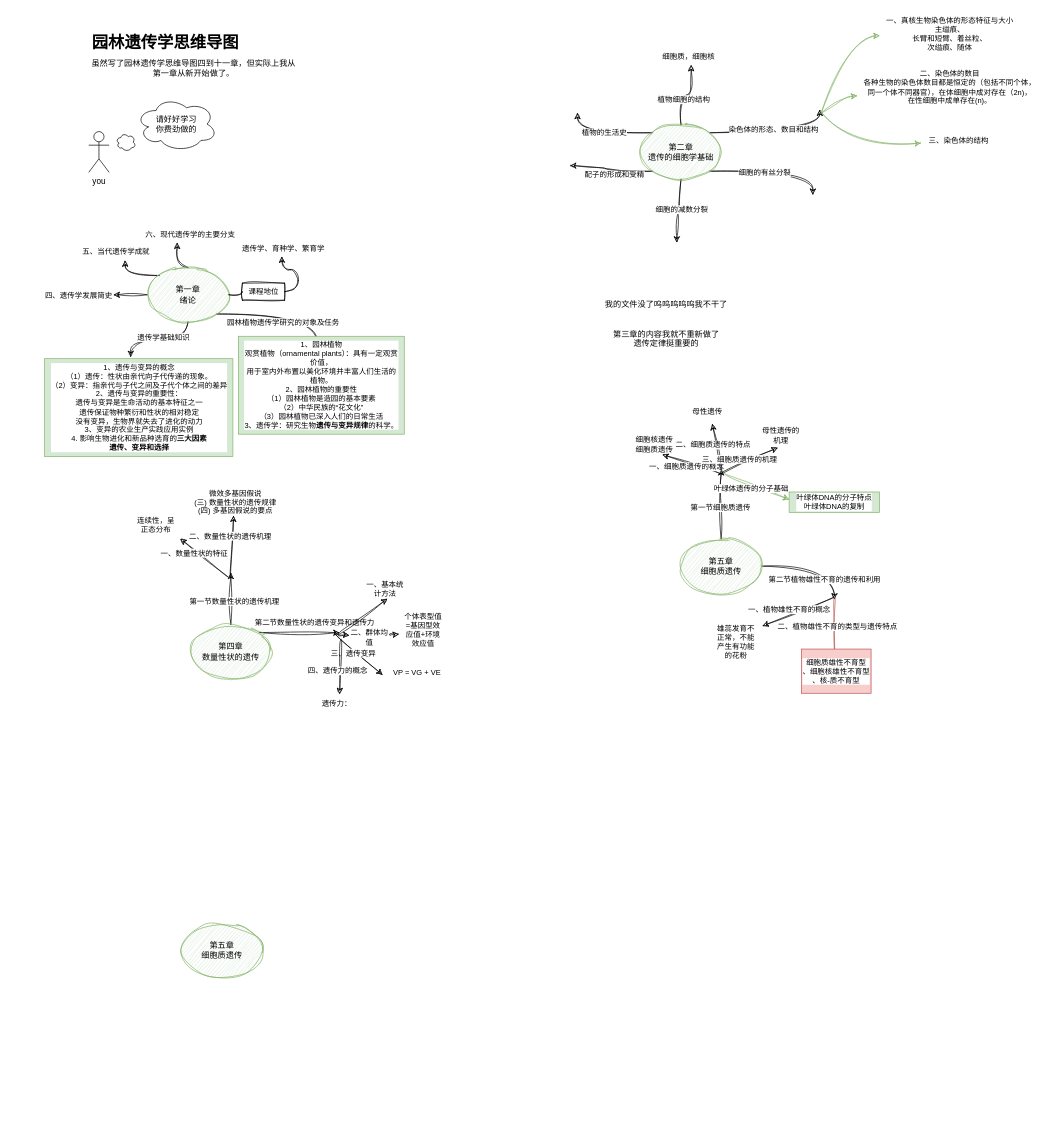
Earlier version of the draw.io diagram 园林遗传学思维导图四至十一章.drawio (Silly449/MarkDowns). Source tidied: cells renumbered, new cells numbered last; positions are measured from the earlier drawing's top-left corner, leaving out a move shared by most shapes. Both pictures are drawn from the tidied source at 68%, with x=0, y=0 at pixel (44, 12).
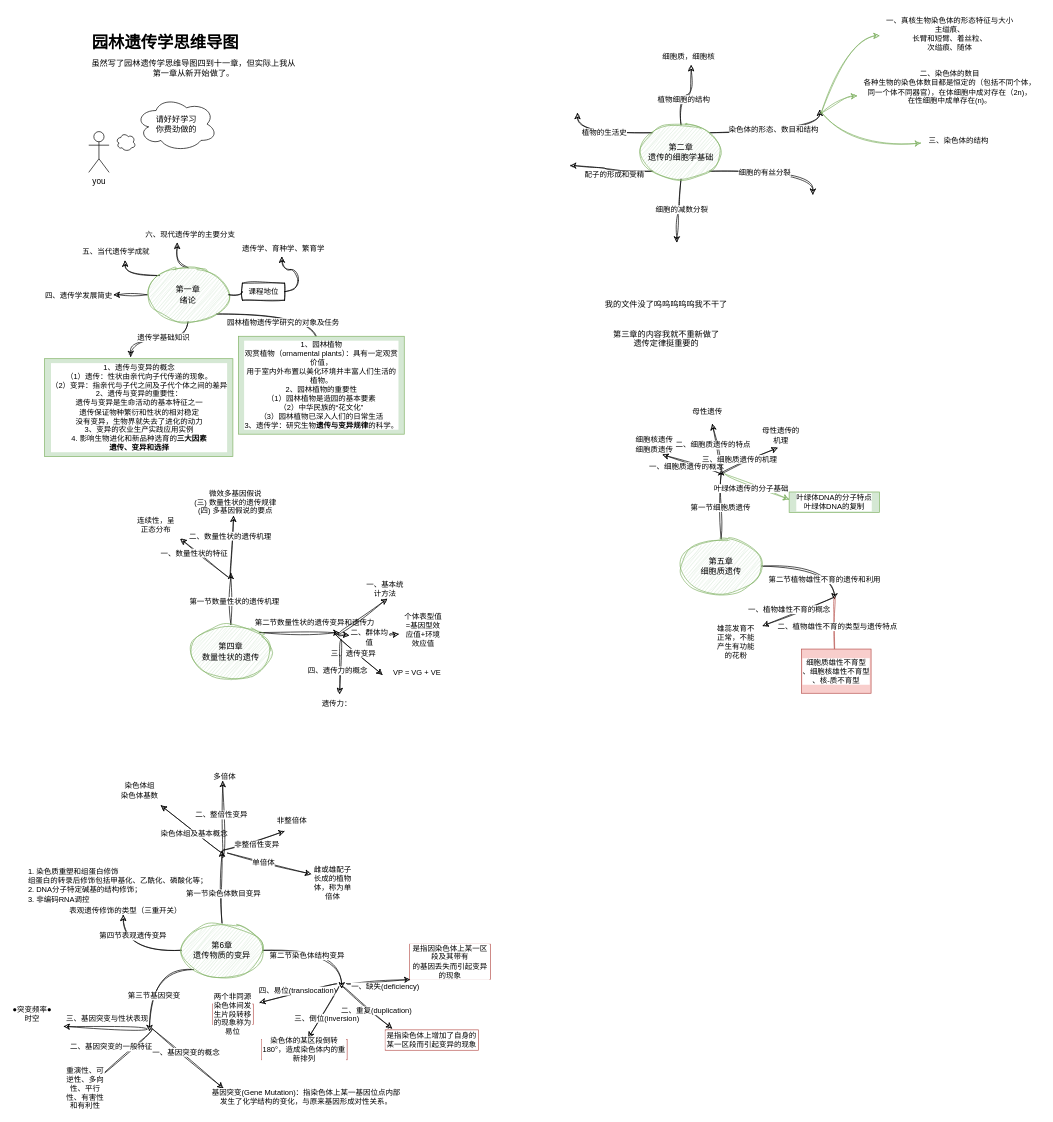
After the change.

Commit message (it also covers changes not shown here):
更新园林遗传学思维导图四至十一章.drawio

What changed in the source:
```diff
@@
+    <mxCell id="92" value="1. 染色质重塑和组蛋白修饰&#10;组蛋白的转录后修饰包括甲基化、乙酰化、磷酸化等；&#10;2. DNA分子特定碱基的结构修饰；&#10;3. 非编码RNA调控" style="text;whiteSpace=wrap;html=1;fontFamily=Helvetica;fontSize=11;fontColor=default;labelBackgroundColor=default;" parent="1" vertex="1">
+      <mxGeometry x="-26.5" y="1252" width="292" height="75" as="geometry" />
+    </mxCell>
@@
+    <mxCell id="93" style="edgeStyle=orthogonalEdgeStyle;shape=connector;curved=1;rounded=0;sketch=1;jiggle=2;curveFitting=1;jettySize=auto;html=1;exitX=0.5;exitY=0;exitDx=0;exitDy=0;strokeColor=default;strokeWidth=1;align=center;verticalAlign=middle;fontFamily=Helvetica;fontSize=11;fontColor=default;labelBackgroundColor=default;endArrow=classic;flowAnimation=0;" parent="1" edge="1" source="91">
+      <mxGeometry relative="1" as="geometry">
+        <mxPoint x="261" y="1233.3" as="targetPoint" />
+      </mxGeometry>
+    </mxCell>
+    <mxCell id="94" value="第一节染色体数目变异" style="edgeLabel;html=1;align=center;verticalAlign=middle;fontFamily=Helvetica;fontSize=11;fontColor=default;labelBackgroundColor=default;" parent="93" vertex="1">
+      <mxGeometry x="-0.17" y="-1" relative="1" as="geometry" />
+    </mxCell>
+    <mxCell id="95" style="edgeStyle=orthogonalEdgeStyle;shape=connector;curved=1;rounded=0;sketch=1;jiggle=2;curveFitting=1;jettySize=auto;html=1;exitX=1;exitY=0.5;exitDx=0;exitDy=0;strokeColor=default;strokeWidth=1;align=center;verticalAlign=middle;fontFamily=Helvetica;fontSize=11;fontColor=default;labelBackgroundColor=default;endArrow=classic;flowAnimation=0;" parent="1" edge="1" source="91">
+      <mxGeometry relative="1" as="geometry">
+        <mxPoint x="437" y="1436" as="targetPoint" />
+      </mxGeometry>
+    </mxCell>
+    <mxCell id="96" value="第二节染色体结构变异" style="edgeLabel;html=1;align=center;verticalAlign=middle;fontFamily=Helvetica;fontSize=11;fontColor=default;labelBackgroundColor=default;" parent="95" vertex="1">
+      <mxGeometry x="-0.26" y="-7" relative="1" as="geometry" />
+    </mxCell>
+    <mxCell id="97" style="edgeStyle=orthogonalEdgeStyle;shape=connector;curved=1;rounded=0;sketch=1;jiggle=2;curveFitting=1;jettySize=auto;html=1;exitX=0;exitY=1;exitDx=0;exitDy=0;strokeColor=default;strokeWidth=1;align=center;verticalAlign=middle;fontFamily=Helvetica;fontSize=11;fontColor=default;labelBackgroundColor=default;endArrow=classic;flowAnimation=0;" parent="1" edge="1" source="91">
+      <mxGeometry relative="1" as="geometry">
+        <mxPoint x="154.3" y="1498.7" as="targetPoint" />
+      </mxGeometry>
+    </mxCell>
+    <mxCell id="98" value="第三节基因突变" style="edgeLabel;html=1;align=center;verticalAlign=middle;fontFamily=Helvetica;fontSize=11;fontColor=default;labelBackgroundColor=default;" parent="97" vertex="1">
+      <mxGeometry x="0.32" y="6" relative="1" as="geometry" />
+    </mxCell>
+    <mxCell id="99" style="edgeStyle=orthogonalEdgeStyle;shape=connector;curved=1;rounded=0;sketch=1;jiggle=2;curveFitting=1;jettySize=auto;html=1;exitX=0;exitY=0.5;exitDx=0;exitDy=0;strokeColor=default;strokeWidth=1;align=center;verticalAlign=middle;fontFamily=Helvetica;fontSize=11;fontColor=default;labelBackgroundColor=default;endArrow=classic;flowAnimation=0;" parent="1" edge="1" source="91">
+      <mxGeometry relative="1" as="geometry">
+        <mxPoint x="115.7" y="1328" as="targetPoint" />
+      </mxGeometry>
+    </mxCell>
+    <mxCell id="100" value="第四节表观遗传变异" style="edgeLabel;html=1;align=center;verticalAlign=middle;fontFamily=Helvetica;fontSize=11;fontColor=default;labelBackgroundColor=default;" parent="99" vertex="1">
+      <mxGeometry x="0.55" y="-14" relative="1" as="geometry" />
+    </mxCell>
-    <mxCell id="91" value="第五章&lt;div&gt;细胞质遗传&lt;/div&gt;" style="ellipse;whiteSpace=wrap;html=1;sketch=1;curveFitting=1;jiggle=2;fillColor=#d5e8d4;strokeColor=#82b366;" parent="1" vertex="1">
+    <mxCell id="91" value="第6章&lt;div&gt;遗传物质的变异&lt;/div&gt;" style="ellipse;whiteSpace=wrap;html=1;sketch=1;curveFitting=1;jiggle=2;fillColor=#d5e8d4;strokeColor=#82b366;" parent="1" vertex="1">
       <mxGeometry x="201" y="1340" width="120" height="80" as="geometry" />
     </mxCell>
+    <mxCell id="101" style="edgeStyle=none;orthogonalLoop=1;jettySize=auto;html=1;rounded=0;sketch=1;jiggle=2;curveFitting=1;strokeColor=default;strokeWidth=1;align=center;verticalAlign=middle;fontFamily=Helvetica;fontSize=11;fontColor=default;labelBackgroundColor=default;endArrow=classic;flowAnimation=0;curved=1;" parent="1" edge="1">
+      <mxGeometry relative="1" as="geometry">
+        <mxPoint x="262" y="1237" as="sourcePoint" />
+        <mxPoint x="171" y="1167" as="targetPoint" />
+      </mxGeometry>
+    </mxCell>
+    <mxCell id="102" value="染色体组及基本概念" style="edgeLabel;html=1;align=center;verticalAlign=middle;fontFamily=Helvetica;fontSize=11;fontColor=default;labelBackgroundColor=default;" parent="101" vertex="1">
+      <mxGeometry x="-0.11" y="3" relative="1" as="geometry" />
+    </mxCell>
+    <mxCell id="103" value="染色体组&lt;div&gt;染色体基数&lt;/div&gt;" style="text;html=1;whiteSpace=wrap;strokeColor=none;fillColor=none;align=center;verticalAlign=middle;rounded=0;fontFamily=Helvetica;fontSize=11;fontColor=default;labelBackgroundColor=default;" parent="1" vertex="1">
+      <mxGeometry x="110" y="1130" width="60" height="30" as="geometry" />
+    </mxCell>
+    <mxCell id="104" style="edgeStyle=none;orthogonalLoop=1;jettySize=auto;html=1;rounded=0;sketch=1;jiggle=2;curveFitting=1;strokeColor=default;strokeWidth=1;align=center;verticalAlign=middle;fontFamily=Helvetica;fontSize=11;fontColor=default;labelBackgroundColor=default;endArrow=classic;flowAnimation=0;curved=1;" parent="1" edge="1">
+      <mxGeometry relative="1" as="geometry">
+        <mxPoint x="262" y="1244" as="sourcePoint" />
+        <mxPoint x="262" y="1131" as="targetPoint" />
+      </mxGeometry>
+    </mxCell>
+    <mxCell id="105" value="二、整倍性变异" style="edgeLabel;html=1;align=center;verticalAlign=middle;fontFamily=Helvetica;fontSize=11;fontColor=default;labelBackgroundColor=default;" parent="104" vertex="1">
+      <mxGeometry x="-0.11" y="3" relative="1" as="geometry">
+        <mxPoint y="-14" as="offset" />
+      </mxGeometry>
+    </mxCell>
+    <mxCell id="106" value="多倍体" style="text;html=1;whiteSpace=wrap;strokeColor=none;fillColor=none;align=center;verticalAlign=middle;rounded=0;fontFamily=Helvetica;fontSize=11;fontColor=default;labelBackgroundColor=default;" parent="1" vertex="1">
+      <mxGeometry x="235" y="1109" width="60" height="30" as="geometry" />
+    </mxCell>
+    <mxCell id="107" style="edgeStyle=none;orthogonalLoop=1;jettySize=auto;html=1;rounded=0;sketch=1;jiggle=2;curveFitting=1;strokeColor=default;strokeWidth=1;align=center;verticalAlign=middle;fontFamily=Helvetica;fontSize=11;fontColor=default;labelBackgroundColor=default;endArrow=classic;flowAnimation=0;curved=1;" parent="1" edge="1">
+      <mxGeometry relative="1" as="geometry">
+        <mxPoint x="262" y="1233" as="sourcePoint" />
+        <mxPoint x="353" y="1205" as="targetPoint" />
+      </mxGeometry>
+    </mxCell>
+    <mxCell id="108" value="非整倍性变异" style="edgeLabel;html=1;align=center;verticalAlign=middle;fontFamily=Helvetica;fontSize=11;fontColor=default;labelBackgroundColor=default;" parent="107" vertex="1">
+      <mxGeometry x="-0.11" y="3" relative="1" as="geometry">
+        <mxPoint x="10" y="7" as="offset" />
+      </mxGeometry>
+    </mxCell>
+    <mxCell id="109" value="非整倍体" style="text;html=1;whiteSpace=wrap;strokeColor=none;fillColor=none;align=center;verticalAlign=middle;rounded=0;fontFamily=Helvetica;fontSize=11;fontColor=default;labelBackgroundColor=default;" parent="1" vertex="1">
+      <mxGeometry x="334" y="1175" width="60" height="30" as="geometry" />
+    </mxCell>
+    <mxCell id="110" style="edgeStyle=none;orthogonalLoop=1;jettySize=auto;html=1;rounded=0;sketch=1;jiggle=2;curveFitting=1;strokeColor=default;strokeWidth=1;align=center;verticalAlign=middle;fontFamily=Helvetica;fontSize=11;fontColor=default;labelBackgroundColor=default;endArrow=classic;flowAnimation=0;curved=1;" parent="1" edge="1">
+      <mxGeometry relative="1" as="geometry">
+        <mxPoint x="269" y="1237" as="sourcePoint" />
+        <mxPoint x="392" y="1268" as="targetPoint" />
+      </mxGeometry>
+    </mxCell>
+    <mxCell id="111" value="单倍体" style="edgeLabel;html=1;align=center;verticalAlign=middle;fontFamily=Helvetica;fontSize=11;fontColor=default;labelBackgroundColor=default;" parent="110" vertex="1">
+      <mxGeometry x="-0.11" y="3" relative="1" as="geometry">
+        <mxPoint x="-3" y="3" as="offset" />
+      </mxGeometry>
+    </mxCell>
+    <mxCell id="112" value="雌或雄配子长成的植物体，称为单倍体" style="text;html=1;whiteSpace=wrap;strokeColor=none;fillColor=none;align=center;verticalAlign=middle;rounded=0;fontFamily=Helvetica;fontSize=11;fontColor=default;labelBackgroundColor=default;" parent="1" vertex="1">
+      <mxGeometry x="394" y="1266" width="60" height="30" as="geometry" />
+    </mxCell>
+    <mxCell id="113" style="edgeStyle=none;orthogonalLoop=1;jettySize=auto;html=1;rounded=0;sketch=1;jiggle=2;curveFitting=1;strokeColor=default;strokeWidth=1;align=center;verticalAlign=middle;fontFamily=Helvetica;fontSize=11;fontColor=default;labelBackgroundColor=default;endArrow=classic;flowAnimation=0;curved=1;" parent="1" edge="1">
+      <mxGeometry relative="1" as="geometry">
+        <mxPoint x="444" y="1429" as="sourcePoint" />
+        <mxPoint x="538" y="1423" as="targetPoint" />
+      </mxGeometry>
+    </mxCell>
+    <mxCell id="114" value="一、缺失(deficiency)" style="edgeLabel;html=1;align=center;verticalAlign=middle;fontFamily=Helvetica;fontSize=11;fontColor=default;labelBackgroundColor=default;" parent="113" vertex="1">
+      <mxGeometry x="-0.11" y="4" relative="1" as="geometry">
+        <mxPoint x="15" y="11" as="offset" />
+      </mxGeometry>
+    </mxCell>
+    <mxCell id="115" value="是指因染色体上某一区段及其带有&lt;br/&gt;的基因丢失而引起变异的现象" style="text;html=1;whiteSpace=wrap;strokeColor=#b85450;fillColor=none;align=center;verticalAlign=middle;rounded=0;fontFamily=Helvetica;fontSize=11;fontColor=default;labelBackgroundColor=default;" parent="1" vertex="1">
+      <mxGeometry x="537" y="1371" width="119" height="52" as="geometry" />
+    </mxCell>
+    <mxCell id="116" style="edgeStyle=none;orthogonalLoop=1;jettySize=auto;html=1;rounded=0;sketch=1;jiggle=2;curveFitting=1;strokeColor=default;strokeWidth=1;align=center;verticalAlign=middle;fontFamily=Helvetica;fontSize=11;fontColor=default;labelBackgroundColor=default;endArrow=classic;flowAnimation=0;curved=1;" parent="1" edge="1">
+      <mxGeometry relative="1" as="geometry">
+        <mxPoint x="437" y="1433" as="sourcePoint" />
+        <mxPoint x="511" y="1495" as="targetPoint" />
+      </mxGeometry>
+    </mxCell>
+    <mxCell id="117" value="二、重复(duplication)" style="edgeLabel;html=1;align=center;verticalAlign=middle;fontFamily=Helvetica;fontSize=11;fontColor=default;labelBackgroundColor=default;" parent="116" vertex="1">
+      <mxGeometry x="-0.11" y="4" relative="1" as="geometry">
+        <mxPoint x="15" y="11" as="offset" />
+      </mxGeometry>
+    </mxCell>
+    <mxCell id="118" value="是指染色体上增加了自身的某一区段而引起变异的现象" style="text;html=1;whiteSpace=wrap;strokeColor=#b85450;fillColor=none;align=center;verticalAlign=middle;rounded=0;fontFamily=Helvetica;fontSize=11;fontColor=default;labelBackgroundColor=default;" parent="1" vertex="1">
+      <mxGeometry x="501" y="1497" width="137" height="30" as="geometry" />
+    </mxCell>
+    <mxCell id="119" style="edgeStyle=none;orthogonalLoop=1;jettySize=auto;html=1;rounded=0;sketch=1;jiggle=2;curveFitting=1;strokeColor=default;strokeWidth=1;align=center;verticalAlign=middle;fontFamily=Helvetica;fontSize=11;fontColor=default;labelBackgroundColor=default;endArrow=classic;flowAnimation=0;curved=1;" parent="1" edge="1">
+      <mxGeometry relative="1" as="geometry">
+        <mxPoint x="433" y="1433" as="sourcePoint" />
+        <mxPoint x="388" y="1509" as="targetPoint" />
+      </mxGeometry>
+    </mxCell>
+    <mxCell id="120" value="三、倒位(inversion)" style="edgeLabel;html=1;align=center;verticalAlign=middle;fontFamily=Helvetica;fontSize=11;fontColor=default;labelBackgroundColor=default;" parent="119" vertex="1">
+      <mxGeometry x="-0.11" y="4" relative="1" as="geometry">
+        <mxPoint x="-2" y="11" as="offset" />
+      </mxGeometry>
+    </mxCell>
+    <mxCell id="121" value="染色体的某区段倒转180°，造成染色体内的重新排列" style="text;html=1;whiteSpace=wrap;strokeColor=#b85450;fillColor=none;align=center;verticalAlign=middle;rounded=0;fontFamily=Helvetica;fontSize=11;fontColor=default;labelBackgroundColor=default;" parent="1" vertex="1">
+      <mxGeometry x="319" y="1511" width="126" height="30" as="geometry" />
+    </mxCell>
+    <mxCell id="122" style="edgeStyle=none;orthogonalLoop=1;jettySize=auto;html=1;rounded=0;sketch=1;jiggle=2;curveFitting=1;strokeColor=default;strokeWidth=1;align=center;verticalAlign=middle;fontFamily=Helvetica;fontSize=11;fontColor=default;labelBackgroundColor=default;endArrow=classic;flowAnimation=0;curved=1;" parent="1" edge="1">
+      <mxGeometry relative="1" as="geometry">
+        <mxPoint x="430" y="1429" as="sourcePoint" />
+        <mxPoint x="316" y="1457" as="targetPoint" />
+      </mxGeometry>
+    </mxCell>
+    <mxCell id="123" value="四、易位(translocation)" style="edgeLabel;html=1;align=center;verticalAlign=middle;fontFamily=Helvetica;fontSize=11;fontColor=default;labelBackgroundColor=default;" parent="122" vertex="1">
+      <mxGeometry x="-0.11" y="4" relative="1" as="geometry">
+        <mxPoint x="-9" y="-6" as="offset" />
+      </mxGeometry>
+    </mxCell>
+    <mxCell id="124" value="两个非同源染色体间发生片段转移的现象称为易位" style="text;html=1;whiteSpace=wrap;strokeColor=#b85450;fillColor=none;align=center;verticalAlign=middle;rounded=0;fontFamily=Helvetica;fontSize=11;fontColor=default;labelBackgroundColor=default;" parent="1" vertex="1">
+      <mxGeometry x="247" y="1459" width="60" height="30" as="geometry" />
+    </mxCell>
+    <mxCell id="125" style="edgeStyle=none;orthogonalLoop=1;jettySize=auto;html=1;rounded=0;sketch=1;jiggle=2;curveFitting=1;strokeColor=default;strokeWidth=1;align=center;verticalAlign=middle;fontFamily=Helvetica;fontSize=11;fontColor=default;labelBackgroundColor=default;endArrow=classic;flowAnimation=0;curved=1;" parent="1" edge="1">
+      <mxGeometry relative="1" as="geometry">
+        <mxPoint x="158" y="1495" as="sourcePoint" />
+        <mxPoint x="263" y="1583" as="targetPoint" />
+      </mxGeometry>
+    </mxCell>
+    <mxCell id="126" value="一、基因突变的概念" style="edgeLabel;html=1;align=center;verticalAlign=middle;fontFamily=Helvetica;fontSize=11;fontColor=default;labelBackgroundColor=default;" parent="125" vertex="1">
+      <mxGeometry x="0.16" y="-2" relative="1" as="geometry">
+        <mxPoint x="-10" y="-18" as="offset" />
+      </mxGeometry>
+    </mxCell>
+    <mxCell id="127" value="基因突变(Gene Mutation)：指染色体上某一基因位点内部&lt;br/&gt;发生了化学结构的变化，与原来基因形成对性关系。" style="text;html=1;whiteSpace=wrap;strokeColor=none;fillColor=none;align=center;verticalAlign=middle;rounded=0;fontFamily=Helvetica;fontSize=11;fontColor=default;labelBackgroundColor=default;" parent="1" vertex="1">
+      <mxGeometry x="236" y="1581" width="298" height="30" as="geometry" />
+    </mxCell>
+    <mxCell id="128" style="edgeStyle=none;orthogonalLoop=1;jettySize=auto;html=1;rounded=0;sketch=1;jiggle=2;curveFitting=1;strokeColor=default;strokeWidth=1;align=center;verticalAlign=middle;fontFamily=Helvetica;fontSize=11;fontColor=default;labelBackgroundColor=default;endArrow=classic;flowAnimation=0;curved=1;" parent="1" edge="1">
+      <mxGeometry relative="1" as="geometry">
+        <mxPoint x="158" y="1496" as="sourcePoint" />
+        <mxPoint x="74" y="1573" as="targetPoint" />
+      </mxGeometry>
+    </mxCell>
+    <mxCell id="129" value="二、基因突变的一般特征" style="edgeLabel;html=1;align=center;verticalAlign=middle;fontFamily=Helvetica;fontSize=11;fontColor=default;labelBackgroundColor=default;" parent="128" vertex="1">
+      <mxGeometry x="0.16" y="-2" relative="1" as="geometry">
+        <mxPoint x="-10" y="-18" as="offset" />
+      </mxGeometry>
+    </mxCell>
+    <mxCell id="130" value="重演性、可逆性、多向性、平行性、有害性和有利性" style="text;html=1;whiteSpace=wrap;strokeColor=none;fillColor=none;align=center;verticalAlign=middle;rounded=0;fontFamily=Helvetica;fontSize=11;fontColor=default;labelBackgroundColor=default;" parent="1" vertex="1">
+      <mxGeometry x="30" y="1568" width="60" height="30" as="geometry" />
+    </mxCell>
+    <mxCell id="131" style="edgeStyle=none;orthogonalLoop=1;jettySize=auto;html=1;rounded=0;sketch=1;jiggle=2;curveFitting=1;strokeColor=default;strokeWidth=1;align=center;verticalAlign=middle;fontFamily=Helvetica;fontSize=11;fontColor=default;labelBackgroundColor=default;endArrow=classic;flowAnimation=0;curved=1;" parent="1" edge="1">
+      <mxGeometry relative="1" as="geometry">
+        <mxPoint x="151" y="1496" as="sourcePoint" />
+        <mxPoint x="28" y="1492" as="targetPoint" />
+      </mxGeometry>
+    </mxCell>
+    <mxCell id="132" value="三、基因突变与性状表现" style="edgeLabel;html=1;align=center;verticalAlign=middle;fontFamily=Helvetica;fontSize=11;fontColor=default;labelBackgroundColor=default;" parent="131" vertex="1">
+      <mxGeometry x="0.16" y="-2" relative="1" as="geometry">
+        <mxPoint x="11" y="-11" as="offset" />
+      </mxGeometry>
+    </mxCell>
+    <mxCell id="133" value="●突变频率●时空" style="text;html=1;whiteSpace=wrap;strokeColor=none;fillColor=none;align=center;verticalAlign=middle;rounded=0;fontFamily=Helvetica;fontSize=11;fontColor=default;labelBackgroundColor=default;" parent="1" vertex="1">
+      <mxGeometry x="-48" y="1459" width="60" height="30" as="geometry" />
+    </mxCell>
+    <mxCell id="134" value="表观遗传修饰的类型（三重开关）" style="text;html=1;whiteSpace=wrap;strokeColor=none;fillColor=none;align=center;verticalAlign=middle;rounded=0;fontFamily=Helvetica;fontSize=11;fontColor=default;labelBackgroundColor=default;" parent="1" vertex="1">
+      <mxGeometry x="35" y="1306" width="169" height="30" as="geometry" />
+    </mxCell>
```
